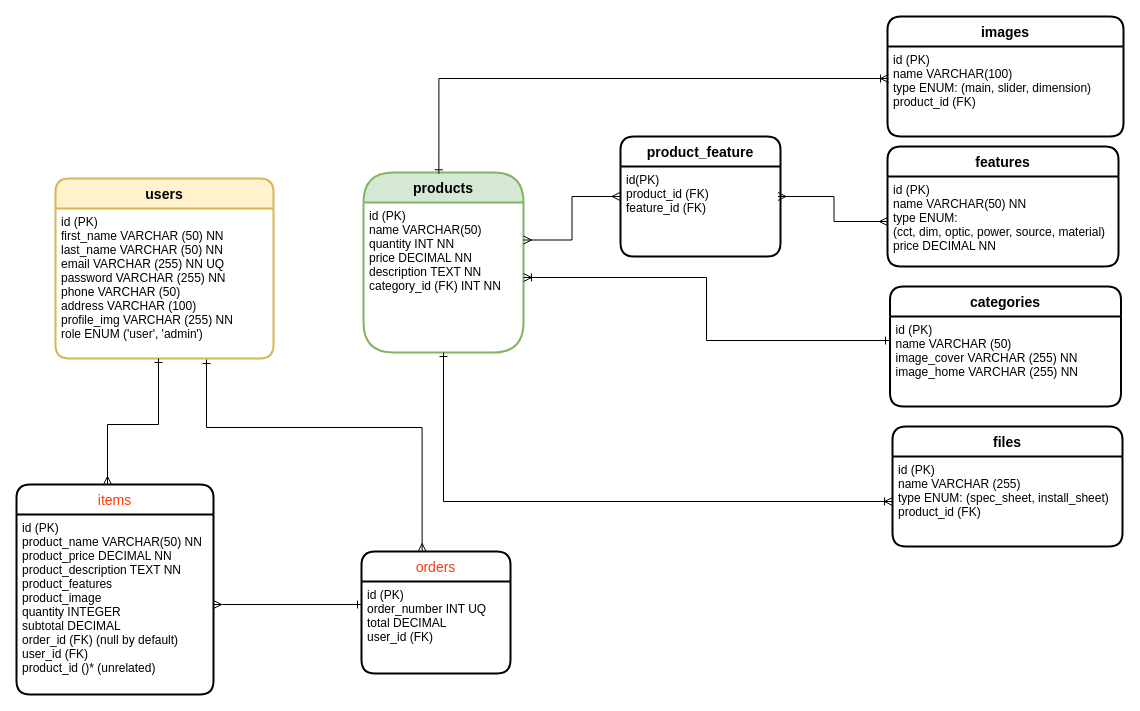
The draw.io diagram src/database/structure/Diagrama FG Base Datos.drawio in gonzaggb/grupo_2_focalGlow, before the edit. Source tidied: cells renumbered, new cells numbered last; positions are measured from the earlier drawing's top-left corner, leaving out a move shared by most shapes. Both pictures are drawn from the tidied source at 100%, with x=0, y=0 at pixel (16, 16).
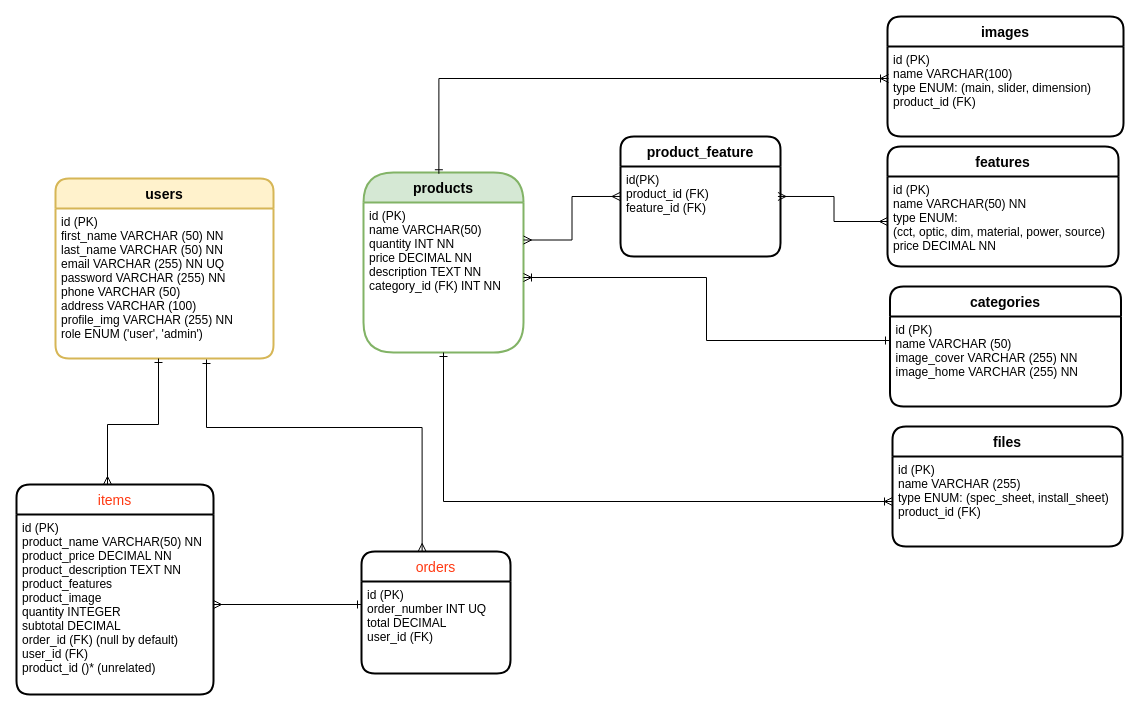
After the change.

The change refers to these unchanged cells:
```xml
<mxCell id="4" value="features" style="swimlane;horizontal=1;startSize=30;rounded=1;fontSize=14;fontStyle=1;strokeWidth=2;shadow=0;dashed=0;align=center;" parent="1" vertex="1">
  <mxGeometry x="871" y="130" width="231" height="120" as="geometry" />
</mxCell>
```

The edit, as a diff of the source:
```diff
@@
-    <mxCell id="5" value="id (PK)&#10;name VARCHAR(50) NN&#10;type ENUM: &#10;(cct, dim, optic, power, source, material)&#10;price DECIMAL NN&#10;" style="align=left;strokeColor=none;fillColor=none;spacingLeft=4;fontSize=12;verticalAlign=top;" parent="4" vertex="1">
+    <mxCell id="5" value="id (PK)&#10;name VARCHAR(50) NN&#10;type ENUM: &#10;(cct, optic, dim, material, power, source)&#10;price DECIMAL NN&#10;" style="align=left;strokeColor=none;fillColor=none;spacingLeft=4;fontSize=12;verticalAlign=top;" parent="4" vertex="1">
       <mxGeometry y="30" width="231" height="90" as="geometry" />
     </mxCell>
```
